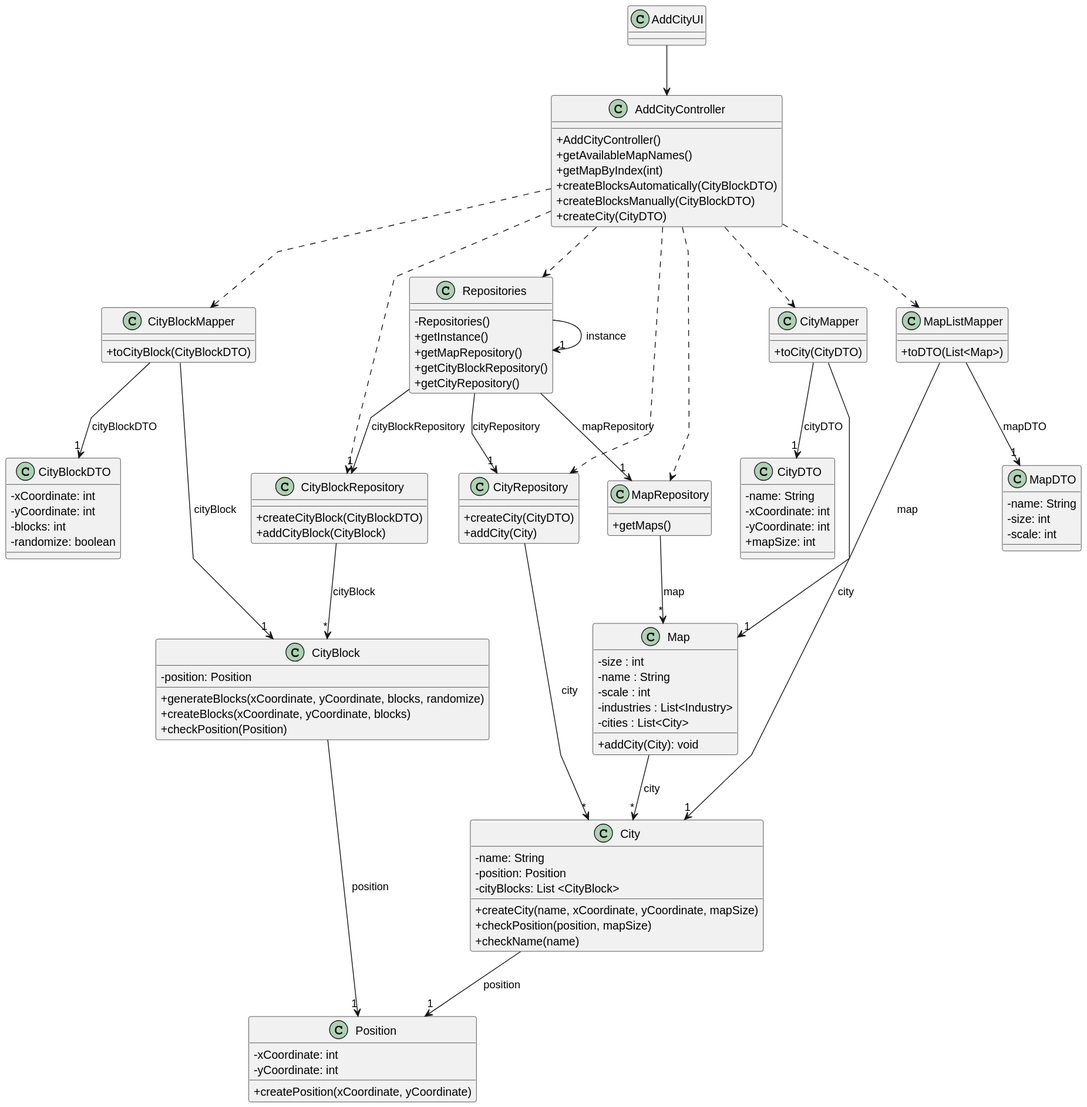
Earlier version of the PlantUML export Sprint3/US003/03.design/svg/US003-CD.svg (1240935/pi2-railway-simulator).
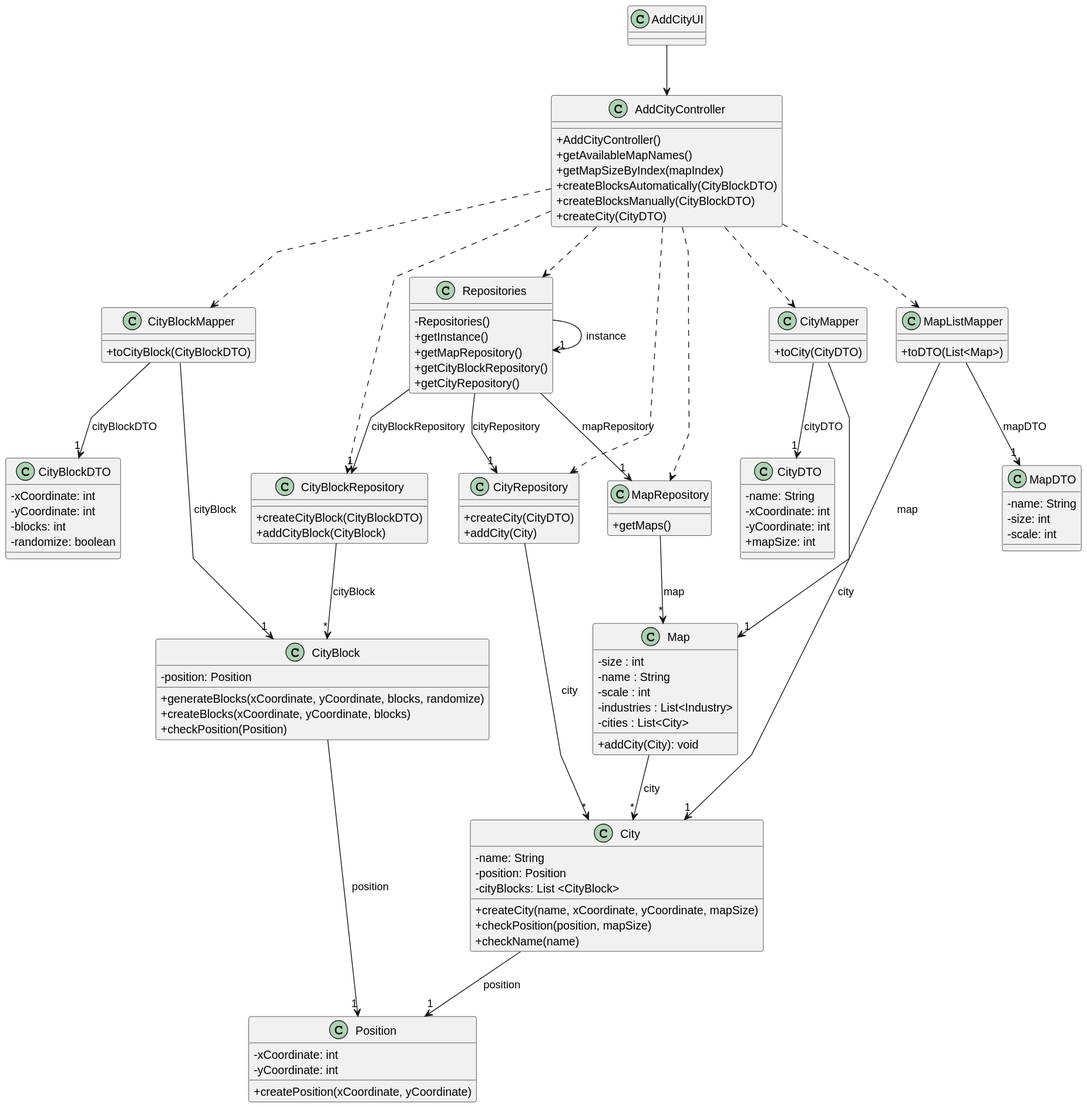
Later version of the same file.

The edit, as a diff of the source:
```diff
@@ -12,7 +12,7 @@
 class AddCityController {
   +AddCityController()
   +getAvailableMapNames()
-  +getMapByIndex(int)
+  +getMapSizeByIndex(mapIndex)
   +createBlocksAutomatically(CityBlockDTO)
   +createBlocksManually(CityBlockDTO)
   +createCity(CityDTO)
```
